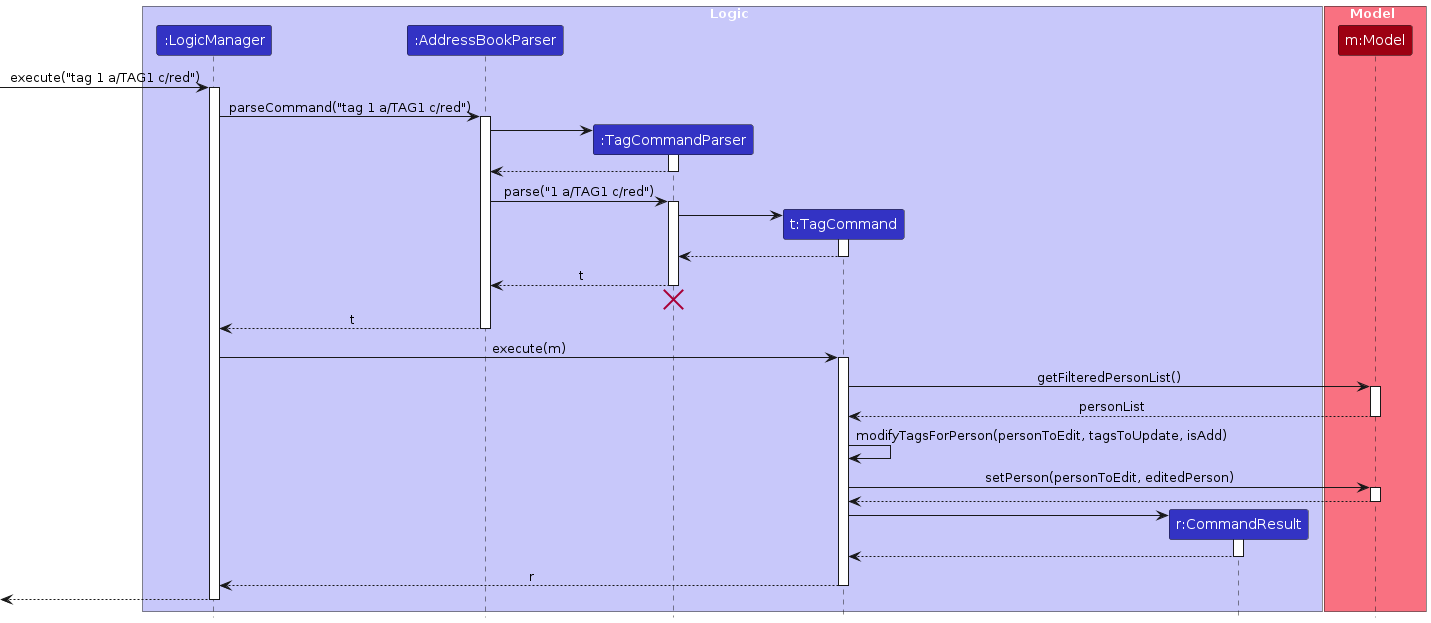
The PlantUML diagram diagrams/TaggingSequenceDiagram.png in AY2526S2-CS2103T-T09-1/tp, before a commit. Its source is kept beside it as diagrams/TaggingSequenceDiagram.puml. Source of this version:
```plantuml
@startuml
!include style.puml
skinparam ArrowFontStyle plain

box Logic LOGIC_COLOR_T1
participant ":LogicManager" as LogicManager LOGIC_COLOR
participant ":AddressBookParser" as AddressBookParser LOGIC_COLOR
participant ":TagCommandParser" as TagCommandParser LOGIC_COLOR
participant "t:TagCommand" as TagCommand LOGIC_COLOR
participant "r:CommandResult" as CommandResult LOGIC_COLOR
end box

box Model MODEL_COLOR_T1
participant "m:Model" as Model MODEL_COLOR
end box

[-> LogicManager : execute("tag 1 a/TAG1 c/red")
activate LogicManager

LogicManager -> AddressBookParser : parseCommand("tag 1 a/TAG1 c/red")
activate AddressBookParser

create TagCommandParser
AddressBookParser -> TagCommandParser
activate TagCommandParser

TagCommandParser --> AddressBookParser
deactivate TagCommandParser

AddressBookParser -> TagCommandParser : parse("1 a/TAG1 c/red")
activate TagCommandParser

create TagCommand
TagCommandParser -> TagCommand
activate TagCommand

TagCommand --> TagCommandParser :
deactivate TagCommand

TagCommandParser --> AddressBookParser : t
deactivate TagCommandParser
TagCommandParser -[hidden]-> AddressBookParser
destroy TagCommandParser

AddressBookParser --> LogicManager : t
deactivate AddressBookParser

LogicManager -> TagCommand : execute(m)
activate TagCommand

TagCommand -> Model : getFilteredPersonList()
activate Model

Model --> TagCommand : personList
deactivate Model

TagCommand -> TagCommand : modifyTagsForPerson(personToEdit, tagsToUpdate, isAdd)

TagCommand -> Model : setPerson(personToEdit, editedPerson)
activate Model

Model --> TagCommand
deactivate Model

create CommandResult
TagCommand -> CommandResult
activate CommandResult

CommandResult --> TagCommand
deactivate CommandResult

TagCommand --> LogicManager : r
deactivate TagCommand

[<--LogicManager
deactivate LogicManager
@enduml
```
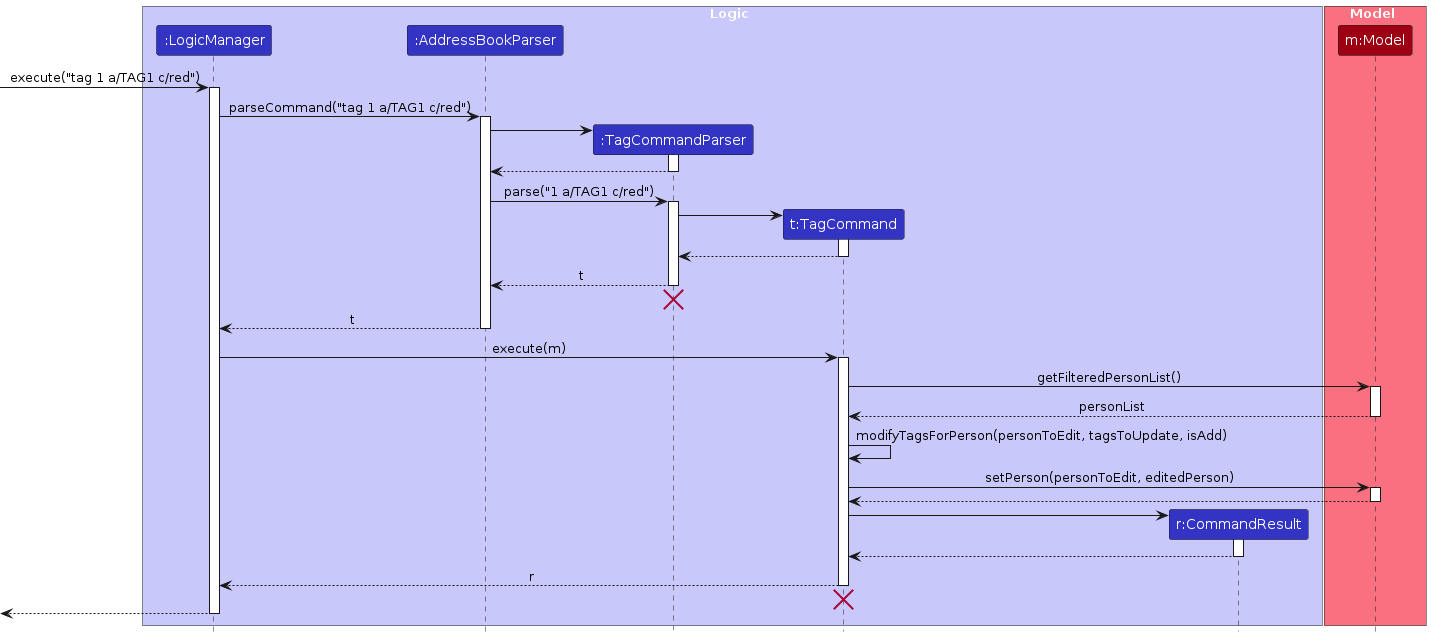
After the change.

Diff of the diagram source:
```diff
@@ -71,6 +71,8 @@
 
 TagCommand --> LogicManager : r
 deactivate TagCommand
+TagCommand -[hidden]-> AddressBookParser
+destroy TagCommand
 
 [<--LogicManager
 deactivate LogicManager
```
